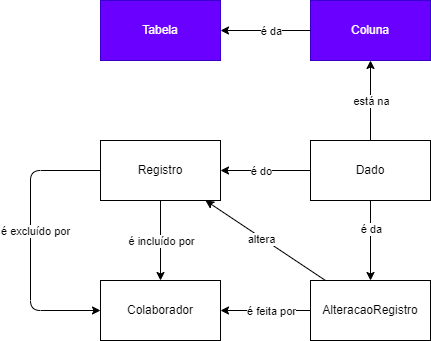
The draw.io diagram analise/mer/auditoria.drawio.png in leandroalveswork/horah, before a commit. Source tidied: cells renumbered, new cells last; positions are measured from the earlier drawing's top-left corner, leaving out a move shared by most shapes.
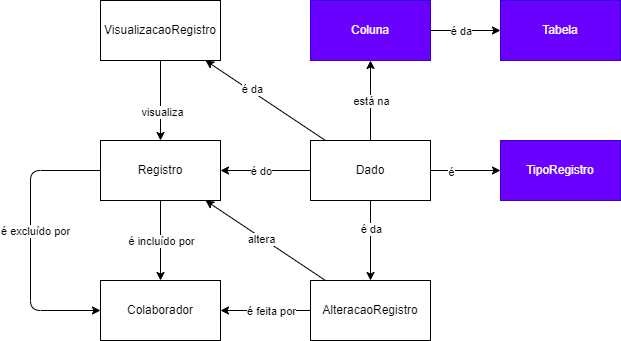
After the change.

Diff of the diagram source:
```diff
@@ -10,11 +10,11 @@
     </mxCell>
     <mxCell id="4" value="é da" style="edgeLabel;html=1;align=center;verticalAlign=middle;" parent="3" vertex="1">
       <mxGeometry x="-0.3" y="-3" relative="1" as="geometry">
-        <mxPoint x="-9" y="3" as="offset" />
+        <mxPoint x="6" y="-3" as="offset" />
       </mxGeometry>
     </mxCell>
     <mxCell id="5" value="Tabela" style="rounded=0;whiteSpace=wrap;html=1;fillColor=#6a00ff;fontColor=#ffffff;strokeColor=#3700CC;" parent="1" vertex="1">
-      <mxGeometry x="70" width="120" height="60" as="geometry" />
+      <mxGeometry x="470" width="120" height="60" as="geometry" />
     </mxCell>
     <mxCell id="6" style="edgeStyle=none;html=1;" parent="1" edge="1" source="10" target="2">
       <mxGeometry relative="1" as="geometry" />
@@ -32,6 +32,18 @@
         <mxPoint x="8" as="offset" />
       </mxGeometry>
     </mxCell>
+    <mxCell id="24" style="edgeStyle=none;html=1;" parent="1" edge="1" source="10" target="31">
+      <mxGeometry relative="1" as="geometry" />
+    </mxCell>
+    <mxCell id="25" value="é" style="edgeLabel;html=1;align=center;verticalAlign=middle;" parent="24" vertex="1">
+      <mxGeometry x="-0.43" y="-1" relative="1" as="geometry" />
+    </mxCell>
+    <mxCell id="26" style="edgeStyle=none;html=1;" parent="1" edge="1" source="10" target="30">
+      <mxGeometry relative="1" as="geometry" />
+    </mxCell>
+    <mxCell id="27" value="é da" style="edgeLabel;html=1;align=center;verticalAlign=middle;" parent="26" vertex="1">
+      <mxGeometry x="0.25" y="-2" relative="1" as="geometry" />
+    </mxCell>
     <mxCell id="10" value="Dado" style="rounded=0;whiteSpace=wrap;html=1;" parent="1" vertex="1">
       <mxGeometry x="280" y="140" width="120" height="60" as="geometry" />
     </mxCell>
@@ -89,5 +101,17 @@
     <mxCell id="23" value="AlteracaoRegistro" style="rounded=0;whiteSpace=wrap;html=1;" parent="1" vertex="1">
       <mxGeometry x="280" y="280" width="120" height="60" as="geometry" />
     </mxCell>
+    <mxCell id="28" style="edgeStyle=none;html=1;" parent="1" edge="1" source="30" target="15">
+      <mxGeometry relative="1" as="geometry" />
+    </mxCell>
+    <mxCell id="29" value="visualiza" style="edgeLabel;html=1;align=center;verticalAlign=middle;" parent="28" vertex="1">
+      <mxGeometry x="0.28" y="1" relative="1" as="geometry" />
+    </mxCell>
+    <mxCell id="30" value="VisualizacaoRegistro" style="rounded=0;whiteSpace=wrap;html=1;" parent="1" vertex="1">
+      <mxGeometry x="70" width="120" height="60" as="geometry" />
+    </mxCell>
+    <mxCell id="31" value="TipoRegistro" style="rounded=0;whiteSpace=wrap;html=1;fillColor=#6a00ff;fontColor=#ffffff;strokeColor=#3700CC;" parent="1" vertex="1">
+      <mxGeometry x="470" y="140" width="120" height="60" as="geometry" />
+    </mxCell>
   </root>
 </mxGraphModel>
```
